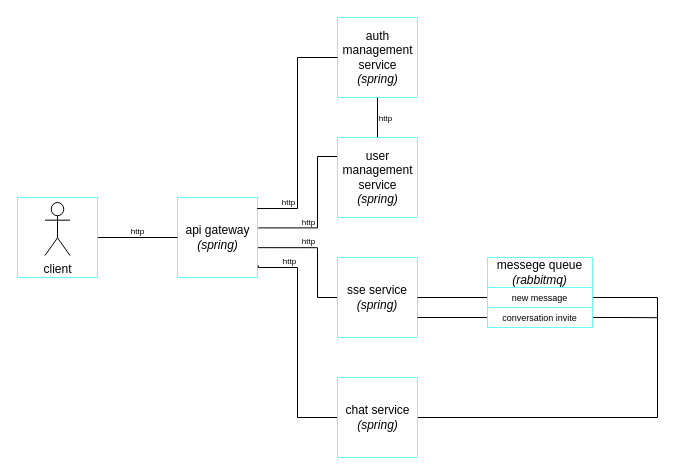
Earlier version of the draw.io diagram rednet-system-design.drawio (Yantar-f/RedNet). Source tidied: cells renumbered, new cells numbered last; positions are measured from the earlier drawing's top-left corner, leaving out a move shared by most shapes. Both pictures are drawn from the tidied source at 100%, with x=0, y=0 at pixel (17, 17).
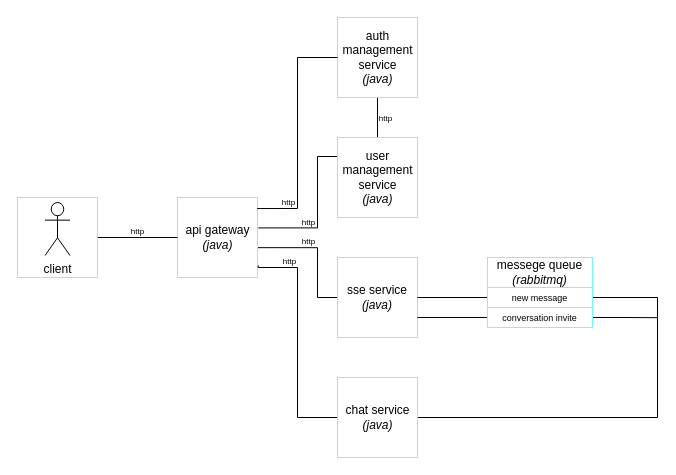
Above is the later version.

The edit, as a diff of the source:
```diff
@@
-    <mxCell id="5" value="api gateway&lt;br&gt;&lt;i&gt;(spring)&lt;/i&gt;" style="html=1;strokeColor=#66FFFF;fillColor=none;" parent="1" vertex="1">
+    <mxCell id="5" value="api gateway&lt;br&gt;&lt;i&gt;(java)&lt;/i&gt;" style="html=1;strokeColor=#66FFFF;fillColor=none;" parent="1" vertex="1">
       <mxGeometry x="160" y="180" width="80" height="80" as="geometry" />
     </mxCell>
@@
-    <mxCell id="8" value="chat service&lt;br&gt;&lt;i style=&quot;&quot;&gt;(spring)&lt;/i&gt;" style="html=1;strokeColor=#66FFFF;fillColor=none;" parent="1" vertex="1">
+    <mxCell id="8" value="chat service&lt;br&gt;&lt;i style=&quot;&quot;&gt;(java)&lt;/i&gt;" style="html=1;strokeColor=#66FFFF;fillColor=none;" parent="1" vertex="1">
       <mxGeometry x="320" y="360" width="80" height="80" as="geometry" />
     </mxCell>
-    <mxCell id="9" value="sse service&lt;br&gt;&lt;i&gt;(spring)&lt;/i&gt;" style="whiteSpace=wrap;html=1;strokeColor=#66FFFF;fillColor=none;" parent="1" vertex="1">
+    <mxCell id="9" value="sse service&lt;br&gt;&lt;i&gt;(java)&lt;/i&gt;" style="whiteSpace=wrap;html=1;strokeColor=#66FFFF;fillColor=none;" parent="1" vertex="1">
       <mxGeometry x="320" y="240" width="80" height="80" as="geometry" />
     </mxCell>
@@
-    <mxCell id="15" value="auth &lt;br&gt;management &lt;br&gt;service&lt;br&gt;&lt;i&gt;(spring)&lt;/i&gt;" style="html=1;strokeColor=#66FFFF;fillColor=none;" parent="1" vertex="1">
+    <mxCell id="15" value="auth &lt;br&gt;management &lt;br&gt;service&lt;br&gt;&lt;i&gt;(java)&lt;/i&gt;" style="html=1;strokeColor=#66FFFF;fillColor=none;" parent="1" vertex="1">
       <mxGeometry x="320" width="80" height="80" as="geometry" />
     </mxCell>
-    <mxCell id="16" value="user &lt;br&gt;management &lt;br&gt;service&lt;br&gt;&lt;i&gt;(spring)&lt;/i&gt;" style="html=1;strokeColor=#66FFFF;fillColor=none;" parent="1" vertex="1">
+    <mxCell id="16" value="user &lt;br&gt;management &lt;br&gt;service&lt;br&gt;&lt;i&gt;(java)&lt;/i&gt;" style="html=1;strokeColor=#66FFFF;fillColor=none;" parent="1" vertex="1">
       <mxGeometry x="320" y="120" width="80" height="80" as="geometry" />
     </mxCell>
```
